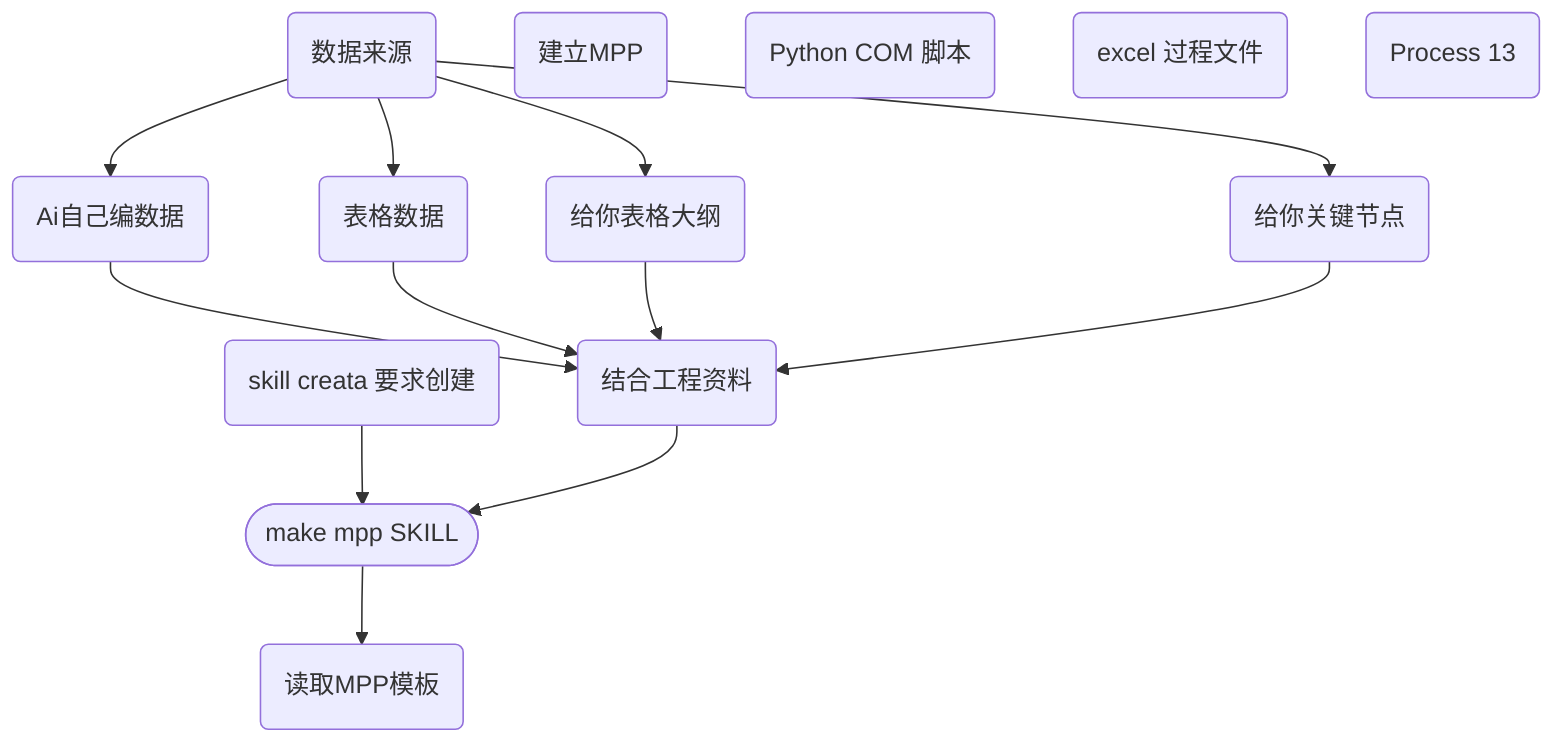
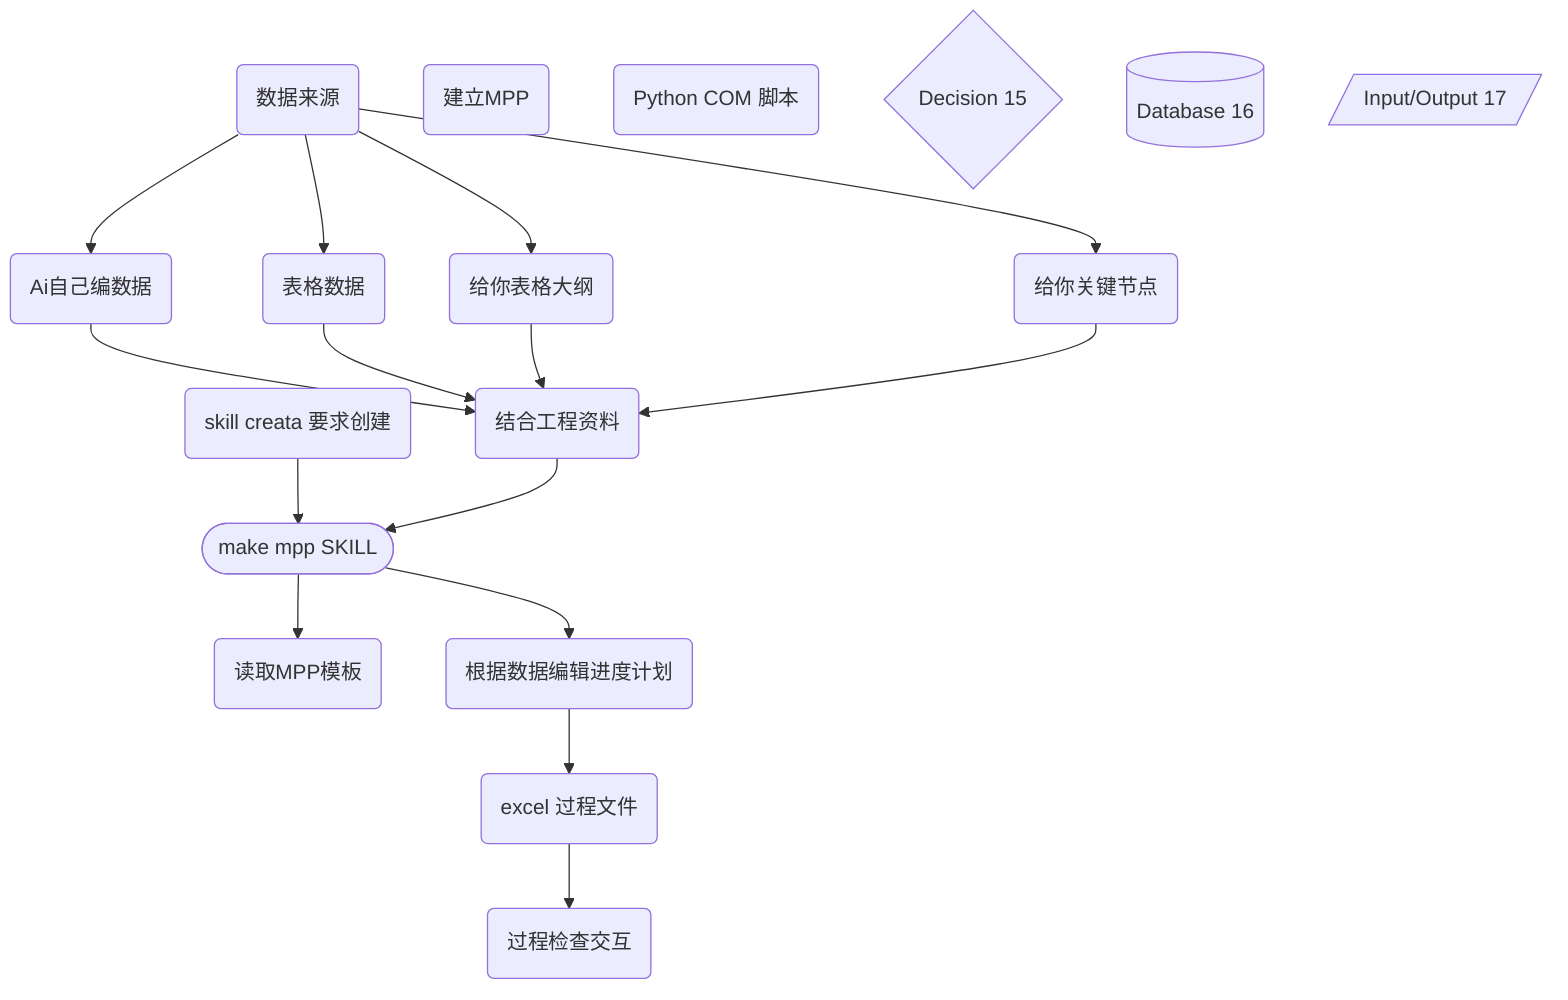
flowchart TD
  n_0(["make mpp SKILL"])
  n_1("数据来源")
  n_2("skill  creata 要求创建")
  n_3("Ai自己编数据")
  n_4("表格数据")
  n_5("建立MPP")
  n_6("读取MPP模板")
  n_7("Python COM 脚本")
  n_8("给你表格大纲")
  n_9("给你关键节点")
  n_10("结合工程资料")
  n_11("excel 过程文件")
-   n_12("Process 13")
+   n_12("根据数据编辑进度计划")
+   n_13("过程检查交互")
+   n_14{"Decision 15"}
+   n_15[("Database 16")]
+   n_16[/"Input/Output 17"/]
  n_2 --> n_0
  n_0 --> n_6
  n_1 --> n_3
  n_1 --> n_4
  n_1 --> n_8
  n_1 --> n_9
  n_3 --> n_10
  n_4 --> n_10
  n_8 --> n_10
  n_9 --> n_10
  n_10 --> n_0
+   n_0 --> n_12
+   n_12 --> n_11
+   n_11 --> n_13
